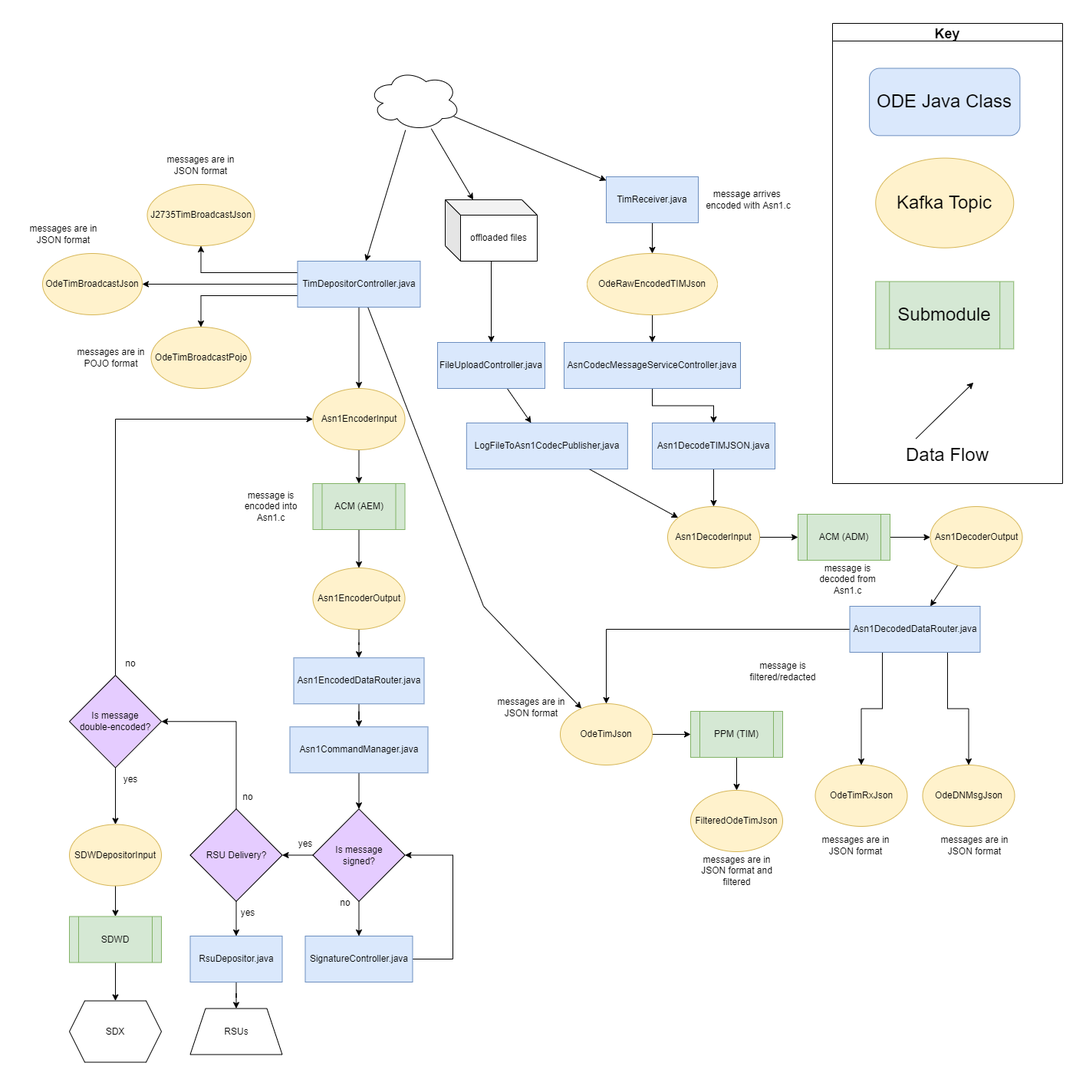
Earlier version of the draw.io export docs/data-flow-diagrams/tim/TIM Data Flow.drawio.png (usdot-jpo-ode/jpo-ode). Source tidied: cells renumbered, new cells last; positions are measured from the earlier drawing's top-left corner, leaving out a move shared by most shapes.
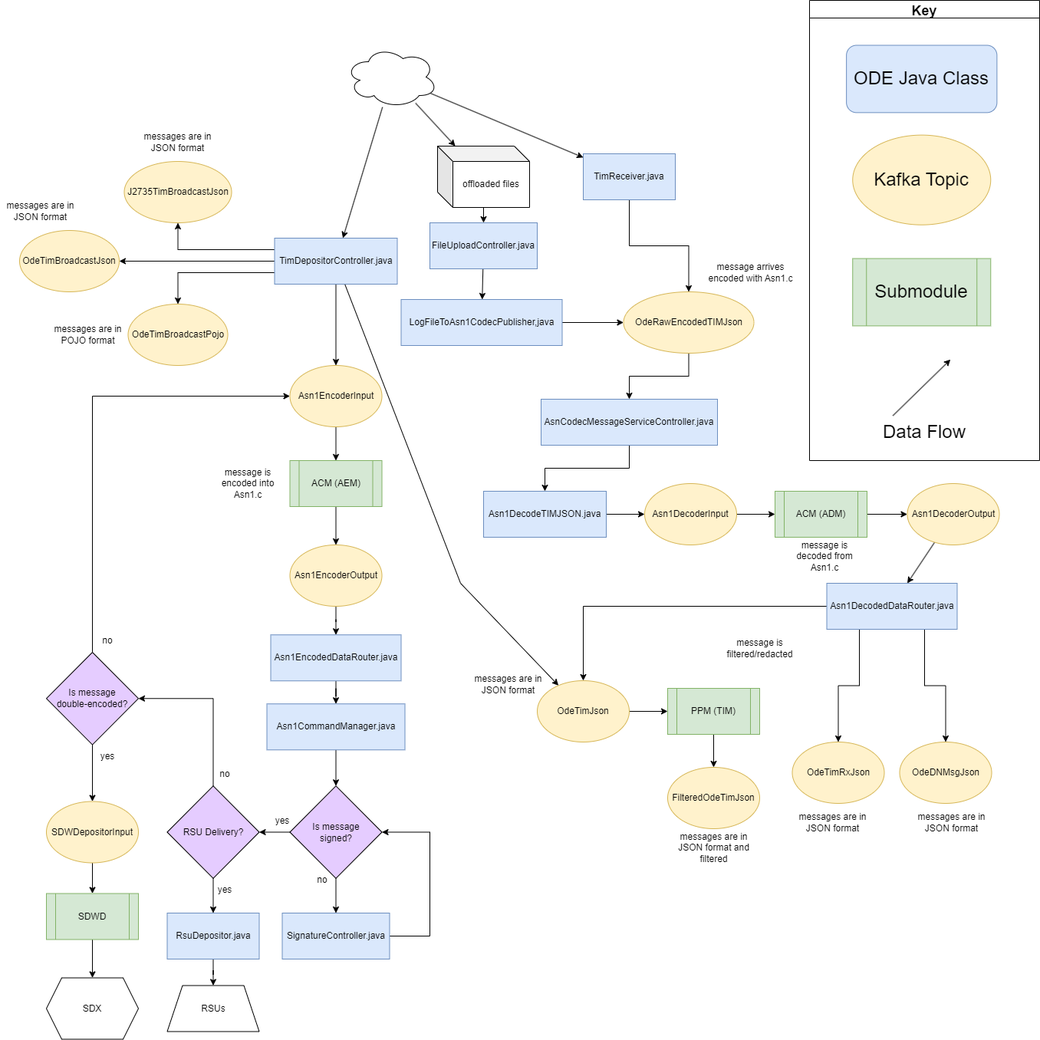
Later version of the same file.

What changed in the source:
```diff
@@ -24,7 +24,7 @@
       <mxGeometry relative="1" as="geometry" />
     </mxCell>
     <mxCell id="9" value="AsnCodecMessageServiceController.java" style="rounded=0;whiteSpace=wrap;html=1;fillColor=#dae8fc;strokeColor=#6c8ebf;" parent="1" vertex="1">
-      <mxGeometry x="705" y="416" width="230" height="60" as="geometry" />
+      <mxGeometry x="705" y="520" width="230" height="60" as="geometry" />
     </mxCell>
     <mxCell id="10" style="edgeStyle=orthogonalEdgeStyle;rounded=0;jettySize=auto;html=1;entryX=0;entryY=0.5;entryDx=0;entryDy=0;" parent="1" edge="1" source="11" target="7">
       <mxGeometry relative="1" as="geometry" />
@@ -48,13 +48,13 @@
       <mxGeometry relative="1" as="geometry" />
     </mxCell>
     <mxCell id="17" value="OdeRawEncodedTIMJson" style="ellipse;whiteSpace=wrap;html=1;fillColor=#fff2cc;strokeColor=#d6b656;" parent="1" vertex="1">
-      <mxGeometry x="735" y="300" width="170" height="80" as="geometry" />
+      <mxGeometry x="812.5" y="380" width="170" height="80" as="geometry" />
     </mxCell>
-    <mxCell id="18" style="edgeStyle=orthogonalEdgeStyle;rounded=0;jettySize=auto;html=1;entryX=0.5;entryY=0;entryDx=0;entryDy=0;" parent="1" edge="1" source="19" target="11">
+    <mxCell id="18" style="edgeStyle=orthogonalEdgeStyle;rounded=0;jettySize=auto;html=1;exitX=1;exitY=0.5;exitDx=0;exitDy=0;entryX=0;entryY=0.5;entryDx=0;entryDy=0;" parent="1" edge="1" source="19" target="11">
       <mxGeometry relative="1" as="geometry" />
     </mxCell>
     <mxCell id="19" value="Asn1DecodeTIMJSON.java" style="rounded=0;whiteSpace=wrap;html=1;fillColor=#dae8fc;strokeColor=#6c8ebf;" parent="1" vertex="1">
-      <mxGeometry x="820" y="521" width="160" height="60" as="geometry" />
+      <mxGeometry x="630" y="640" width="160" height="60" as="geometry" />
     </mxCell>
     <mxCell id="20" value="OdeDNMsgJson" style="ellipse;whiteSpace=wrap;html=1;fillColor=#fff2cc;strokeColor=#d6b656;" parent="1" vertex="1">
       <mxGeometry x="1172.5" y="967" width="120" height="80" as="geometry" />
@@ -151,7 +151,7 @@
       <mxGeometry x="48.1" y="58.5" width="196.2" height="87.8" as="geometry" />
     </mxCell>
     <mxCell id="49" value="message arrives &lt;br&gt;encoded with Asn1.c" style="text;html=1;align=center;verticalAlign=middle;strokeColor=none;fillColor=none;" parent="1" vertex="1">
-      <mxGeometry x="880" y="215" width="130" height="30" as="geometry" />
+      <mxGeometry x="912.5" y="340" width="130" height="30" as="geometry" />
     </mxCell>
     <mxCell id="50" value="message is decoded from Asn1.c" style="text;html=1;strokeColor=none;fillColor=none;align=center;verticalAlign=middle;whiteSpace=wrap;rounded=0;" parent="1" vertex="1">
       <mxGeometry x="1020" y="700" width="110" height="50" as="geometry" />
@@ -291,19 +291,19 @@
       <mxGeometry relative="1" as="geometry" />
     </mxCell>
     <mxCell id="94" value="FileUploadController.java" style="rounded=0;whiteSpace=wrap;html=1;fillColor=#dae8fc;strokeColor=#6c8ebf;" parent="1" vertex="1">
-      <mxGeometry x="540" y="416" width="140" height="60" as="geometry" />
+      <mxGeometry x="560" y="290" width="140" height="60" as="geometry" />
     </mxCell>
     <mxCell id="95" style="rounded=0;jettySize=auto;html=1;" parent="1" edge="1" source="96" target="94">
       <mxGeometry relative="1" as="geometry" />
     </mxCell>
     <mxCell id="96" value="offloaded files" style="shape=cube;whiteSpace=wrap;html=1;boundedLbl=1;backgroundOutline=1;darkOpacity=0.05;darkOpacity2=0.1;" parent="1" vertex="1">
-      <mxGeometry x="550" y="230" width="120" height="80" as="geometry" />
+      <mxGeometry x="570" y="190" width="120" height="80" as="geometry" />
     </mxCell>
-    <mxCell id="97" style="edgeStyle=none;rounded=0;jettySize=auto;html=1;" parent="1" edge="1" source="98" target="11">
-      <mxGeometry relative="1" as="geometry" />
-    </mxCell>
+    <mxCell id="99" style="edgeStyle=orthogonalEdgeStyle;rounded=0;jettySize=auto;html=1;" parent="1" edge="1" source="98" target="17">
+      <mxGeometry relative="1" as="geometry" />
+    </mxCell>
     <mxCell id="98" value="LogFileToAsn1CodecPublisher,java" style="rounded=0;whiteSpace=wrap;html=1;fillColor=#dae8fc;strokeColor=#6c8ebf;" parent="1" vertex="1">
-      <mxGeometry x="577.8" y="521" width="210" height="60" as="geometry" />
+      <mxGeometry x="522.5" y="390" width="210" height="60" as="geometry" />
     </mxCell>
   </root>
 </mxGraphModel>
```
